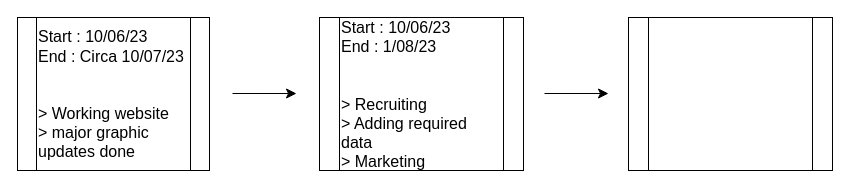
FEYNMAN-UNORIGNALS/social_application keeps this draw.io diagram as page "Abstract" (1 of 2) of Untitled Diagram.drawio. Above is the earlier version. Source tidied: cells renumbered, new cells numbered last; positions are measured from the earlier drawing's top-left corner, leaving out a move shared by most shapes. Both pictures are drawn from the tidied source at 100%, with x=0, y=0 at pixel (17, 17).
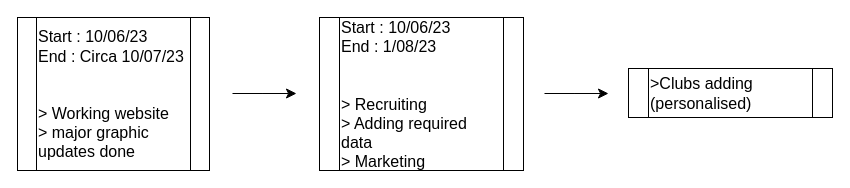
The same diagram, later.

Change to the diagram source:
```diff
@@
 <mxGraphModel>
   <root>
     <mxCell id="0" />
     <mxCell id="1" parent="0" />
     <mxCell id="2" value="Start : 10/06/23&lt;br&gt;&lt;div style=&quot;&quot;&gt;&lt;span style=&quot;background-color: initial;&quot;&gt;End : Circa 10/07/23&lt;/span&gt;&lt;/div&gt;&lt;div style=&quot;&quot;&gt;&lt;span style=&quot;background-color: initial;&quot;&gt;&lt;br&gt;&lt;/span&gt;&lt;/div&gt;&lt;div style=&quot;&quot;&gt;&lt;span style=&quot;background-color: initial;&quot;&gt;&lt;br&gt;&lt;/span&gt;&lt;/div&gt;&lt;div style=&quot;&quot;&gt;&lt;span style=&quot;background-color: initial;&quot;&gt;&amp;gt; Working website&lt;br&gt;&amp;gt; major graphic updates done&lt;/span&gt;&lt;/div&gt;" style="shape=process;whiteSpace=wrap;html=1;backgroundOutline=1;fontSize=16;align=left;" parent="1" vertex="1">
       <mxGeometry width="192" height="153" as="geometry" />
     </mxCell>
     <mxCell id="3" value="Start : 10/06/23&lt;br&gt;&lt;div style=&quot;&quot;&gt;&lt;span style=&quot;background-color: initial;&quot;&gt;End : 1/08/23&lt;/span&gt;&lt;/div&gt;&lt;div style=&quot;&quot;&gt;&lt;span style=&quot;background-color: initial;&quot;&gt;&lt;br&gt;&lt;/span&gt;&lt;/div&gt;&lt;div style=&quot;&quot;&gt;&lt;span style=&quot;background-color: initial;&quot;&gt;&lt;br&gt;&lt;/span&gt;&lt;/div&gt;&lt;div style=&quot;&quot;&gt;&lt;span style=&quot;background-color: initial;&quot;&gt;&amp;gt; Recruiting&lt;/span&gt;&lt;/div&gt;&lt;div style=&quot;&quot;&gt;&lt;span style=&quot;background-color: initial;&quot;&gt;&amp;gt; Adding required data&lt;br&gt;&amp;gt; Marketing&lt;/span&gt;&lt;/div&gt;" style="shape=process;whiteSpace=wrap;html=1;backgroundOutline=1;fontSize=16;align=left;" parent="1" vertex="1">
       <mxGeometry x="302" width="204" height="153" as="geometry" />
     </mxCell>
     <mxCell id="4" style="edgeStyle=none;curved=1;rounded=0;orthogonalLoop=1;jettySize=auto;html=1;exitX=1;exitY=0.5;exitDx=0;exitDy=0;fontSize=12;startSize=8;endSize=8;" parent="1" edge="1" source="2" target="2">
       <mxGeometry relative="1" as="geometry" />
     </mxCell>
-    <mxCell id="5" style="shape=process;whiteSpace=wrap;html=1;backgroundOutline=1;fontSize=16;align=left;" parent="1" vertex="1">
-      <mxGeometry x="611" width="204" height="153" as="geometry" />
+    <mxCell id="5" value="&amp;gt;Clubs adding (personalised)" style="shape=process;whiteSpace=wrap;html=1;backgroundOutline=1;fontSize=16;align=left;" parent="1" vertex="1">
+      <mxGeometry x="611" y="51" width="204" height="49" as="geometry" />
     </mxCell>
     <mxCell id="6" style="endArrow=classic;html=1;rounded=0;fontSize=12;startSize=8;endSize=8;curved=1;" parent="1" edge="1">
       <mxGeometry relative="1" as="geometry">
         <mxPoint x="215" y="76" as="sourcePoint" />
         <mxPoint x="279" y="76" as="targetPoint" />
         <Array as="points">
           <mxPoint x="246" y="76" />
         </Array>
       </mxGeometry>
     </mxCell>
     <mxCell id="7" style="endArrow=classic;html=1;rounded=0;fontSize=12;startSize=8;endSize=8;curved=1;" parent="1" edge="1">
       <mxGeometry relative="1" as="geometry">
         <mxPoint x="527" y="76" as="sourcePoint" />
         <mxPoint x="591" y="76" as="targetPoint" />
         <Array as="points">
           <mxPoint x="558" y="76" />
         </Array>
       </mxGeometry>
     </mxCell>
   </root>
 </mxGraphModel>
```
